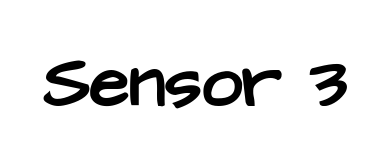
Above: TCP/sensortxt.drawio in YuyanWu-wyy/figs (draw.io), before the change. Source tidied: cells renumbered, new cells numbered last; positions are measured from the earlier drawing's top-left corner, leaving out a move shared by most shapes. Both pictures are drawn from the tidied source at 200%, with x=0, y=0 at pixel (34, 64).
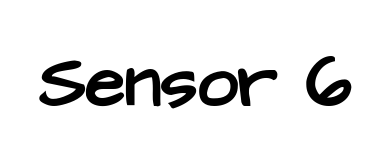
After the change.

What changed in the source:
```diff
@@
 <mxGraphModel>
   <root>
     <mxCell id="0" />
     <mxCell id="1" parent="0" />
-    <mxCell id="2" value="&lt;font style=&quot;font-size: 36px&quot; face=&quot;Comic Sans MS&quot;&gt;&lt;b&gt;Sensor 3&lt;/b&gt;&lt;/font&gt;" style="text;html=1;strokeColor=none;fillColor=none;align=center;verticalAlign=middle;whiteSpace=wrap;rounded=0;" parent="1" vertex="1">
+    <mxCell id="2" value="&lt;font style=&quot;font-size: 36px&quot; face=&quot;Comic Sans MS&quot;&gt;&lt;b&gt;Sensor 6&lt;/b&gt;&lt;/font&gt;" style="text;html=1;strokeColor=none;fillColor=none;align=center;verticalAlign=middle;whiteSpace=wrap;rounded=0;" parent="1" vertex="1">
       <mxGeometry width="160" height="20" as="geometry" />
     </mxCell>
   </root>
 </mxGraphModel>
```
